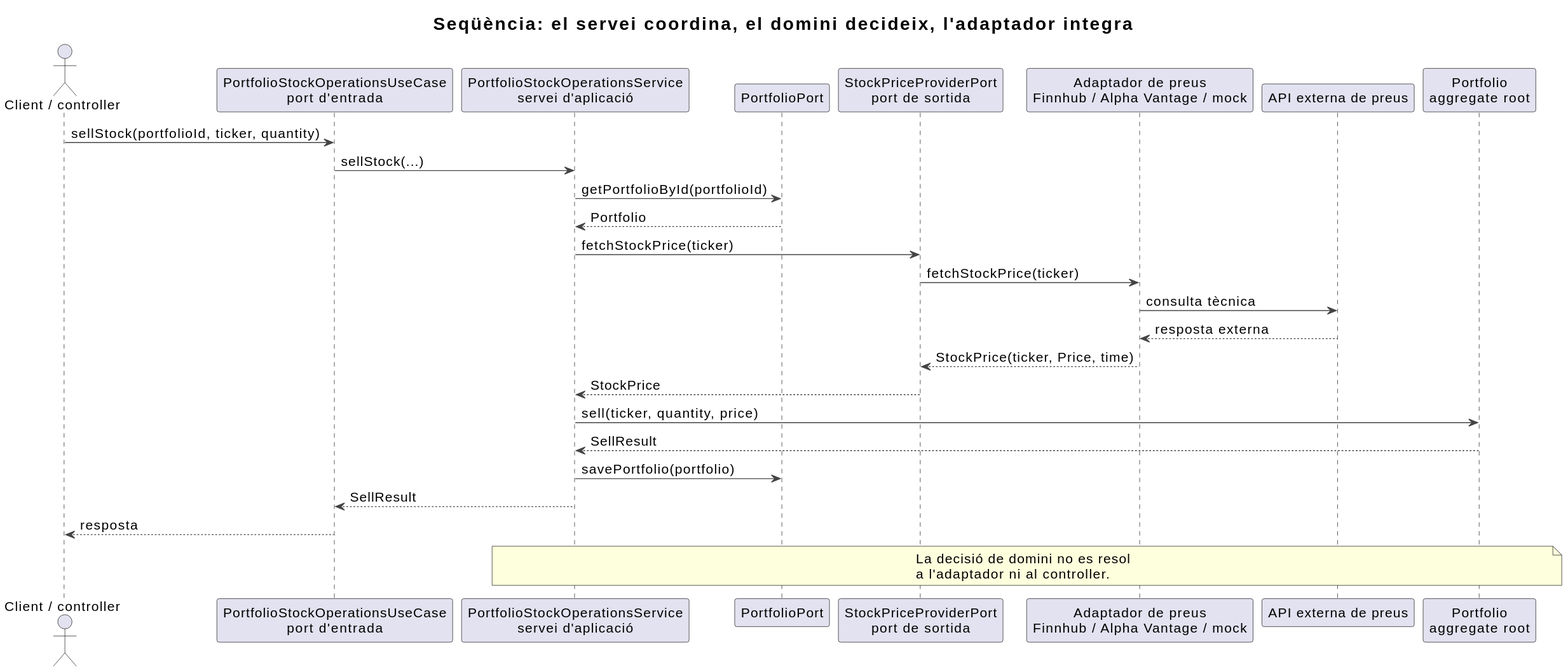
alfredorueda/HexaStock keeps this PlantUML diagram as doc/presentations/defensa-placa-permanent-dsi-ports-sortida-hexagonal/diagrams/rendered/sell-stock-sequence.svg. Above is the earlier version.
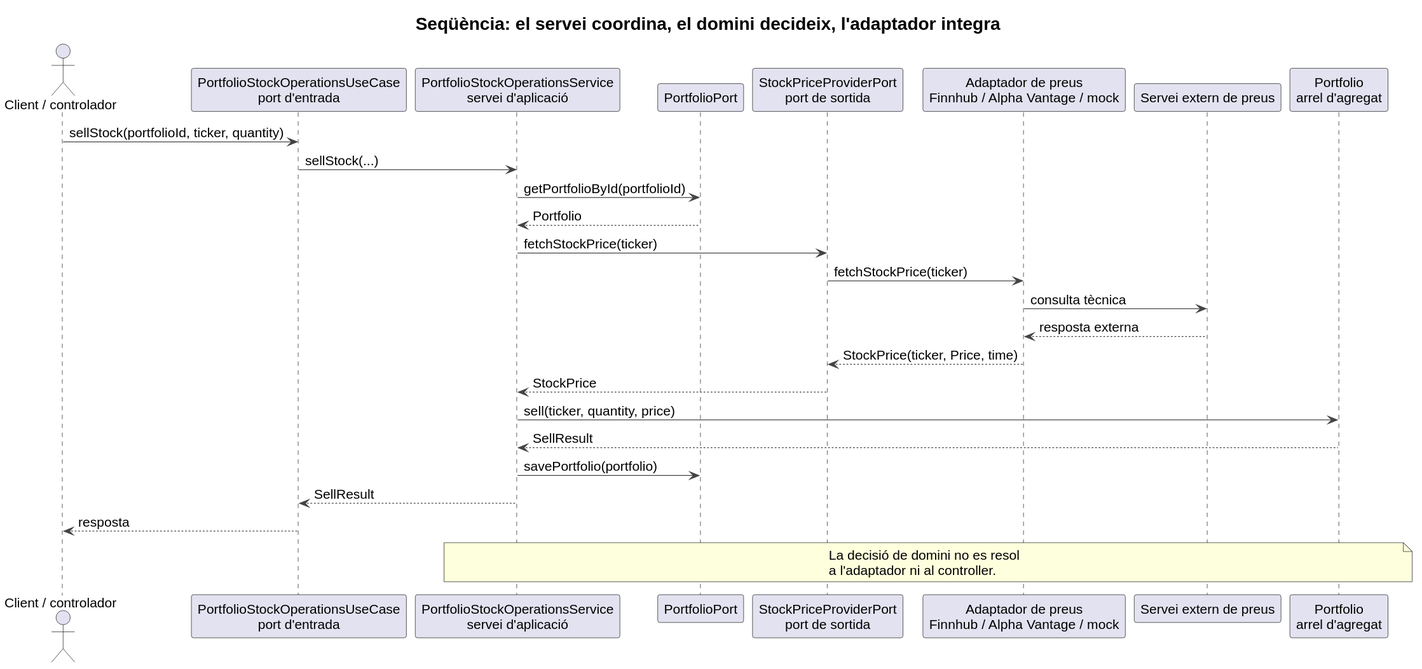
Later version of the same file.

Diff of the diagram source:
```diff
@@ -8,14 +8,14 @@
 skinparam titleFontSize 20
 skinparam ArrowColor #444444
 
-actor "Client / controller" as Client
+actor "Client / controlador" as Client
 participant "PortfolioStockOperationsUseCase\nport d'entrada" as InPort
 participant "PortfolioStockOperationsService\nservei d'aplicació" as Service
 participant "PortfolioPort" as PortfolioPort
 participant "StockPriceProviderPort\nport de sortida" as PricePort
 participant "Adaptador de preus\nFinnhub / Alpha Vantage / mock" as Adapter
-participant "API externa de preus" as ExternalApi
-participant "Portfolio\naggregate root" as Portfolio
+participant "Servei extern de preus" as ExternalApi
+participant "Portfolio\narrel d'agregat" as Portfolio
 
 Client -> InPort : sellStock(portfolioId, ticker, quantity)
 InPort -> Service : sellStock(...)
```
